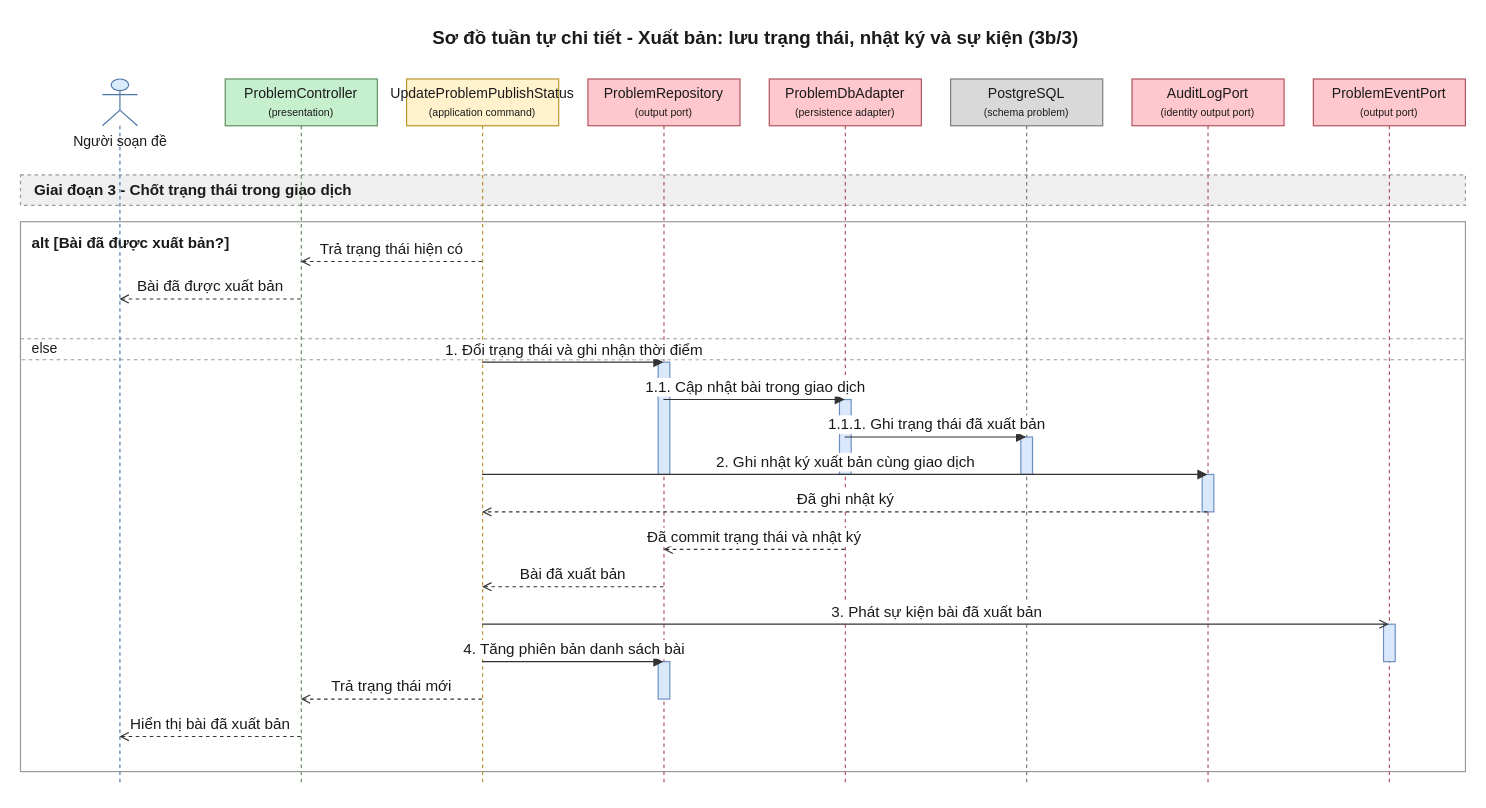
Before: 08-diagram/sequence/shared/sequence_shared_soan_de_va_dac_ta_ham_p3b.drawio in daiphu1801/PRJ_ALGOPREP, a draw.io diagram. Source tidied: cells renumbered, new cells numbered last; positions are measured from the earlier drawing's top-left corner, leaving out a move shared by most shapes. Both pictures are drawn from the tidied source at 117%, with x=0, y=0 at pixel (20, 20).
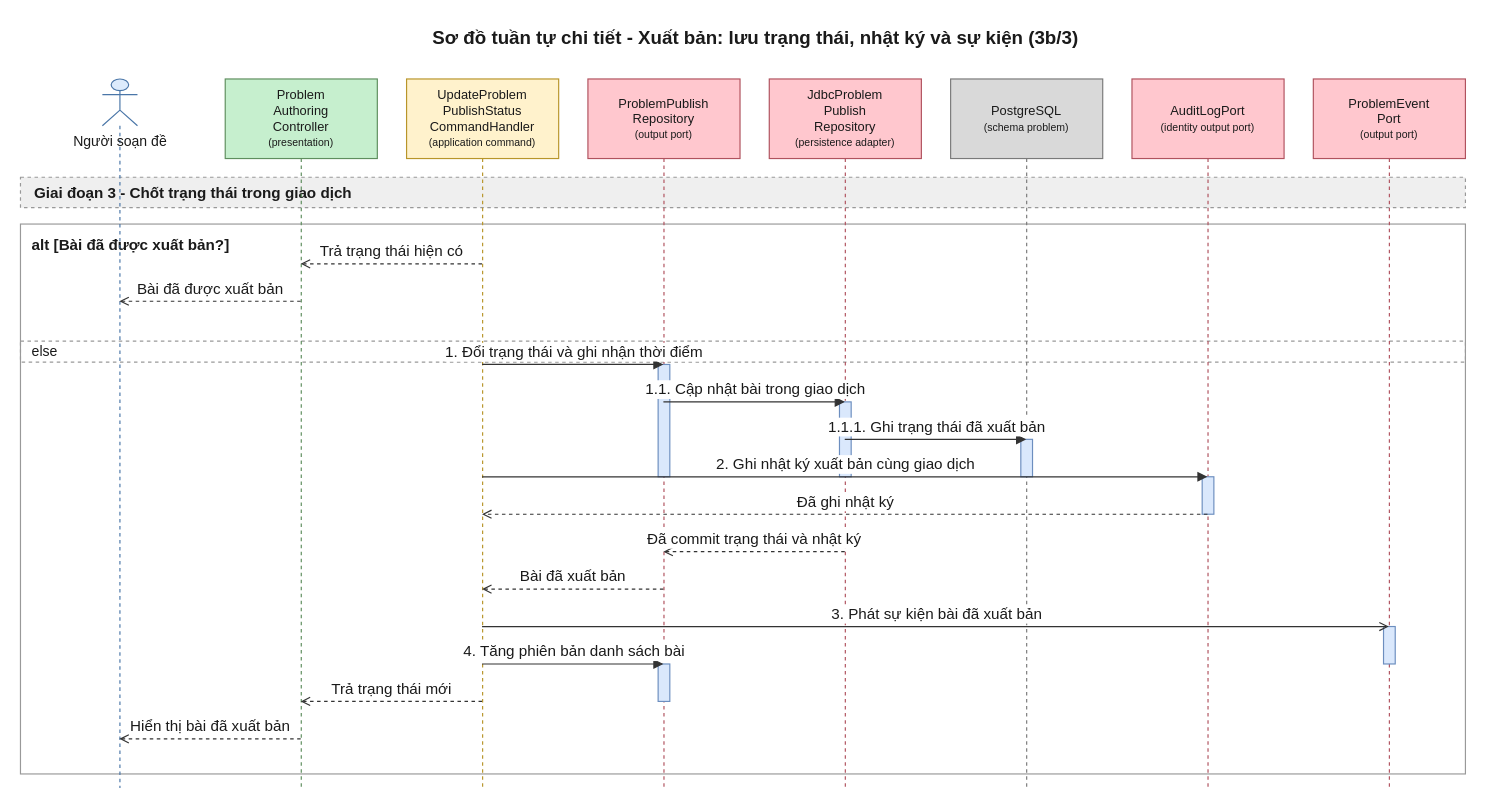
The same diagram, later.

Change to the diagram source:
```diff
@@
     <mxCell id="3" value="alt [Bài đã được xuất bản?]" style="algoprep=alt;rounded=0;whiteSpace=wrap;html=1;fillColor=none;strokeColor=#999999;verticalAlign=top;align=left;spacingLeft=8;spacingTop=4;fontColor=#1A1A1A;fontSize=13;fontStyle=1;dashed=0;" parent="1" vertex="1">
-      <mxGeometry y="172" width="1235" height="470" as="geometry" />
+      <mxGeometry y="174" width="1235" height="470" as="geometry" />
     </mxCell>
     <mxCell id="4" value="else" style="text;html=1;dashed=1;strokeColor=#999999;fillColor=none;align=left;verticalAlign=middle;spacingLeft=8;fontColor=#1A1A1A;fontSize=12;" parent="1" vertex="1">
-      <mxGeometry y="272" width="1235" height="18" as="geometry" />
+      <mxGeometry y="274" width="1235" height="18" as="geometry" />
     </mxCell>
     <mxCell id="5" value="Giai đoạn 3 - Chốt trạng thái trong giao dịch" style="algoprep=phase;rounded=0;whiteSpace=wrap;html=1;fillColor=#EFEFEF;strokeColor=#999999;dashed=1;align=left;verticalAlign=middle;spacingLeft=10;fontColor=#1A1A1A;fontSize=13;fontStyle=1;" parent="1" vertex="1">
-      <mxGeometry y="132" width="1235" height="26" as="geometry" />
+      <mxGeometry y="134" width="1235" height="26" as="geometry" />
     </mxCell>
     <mxCell id="6" value="Người soạn đề" style="shape=umlLifeline;participant=umlActor;perimeter=lifelinePerimeter;html=1;outlineConnect=0;size=40;verticalAlign=top;spacingTop=40;fillColor=#DCEBFC;strokeColor=#4A76A8;fontColor=#1A1A1A;" parent="1" vertex="1">
-      <mxGeometry x="70" y="50" width="30" height="604" as="geometry" />
+      <mxGeometry x="70" y="50" width="30" height="606" as="geometry" />
     </mxCell>
-    <mxCell id="7" value="ProblemController&lt;br&gt;&lt;font style=&quot;font-size:9px&quot;&gt;(presentation)&lt;/font&gt;" style="shape=umlLifeline;perimeter=lifelinePerimeter;whiteSpace=wrap;html=1;outlineConnect=0;size=40;fillColor=#C6EFCE;strokeColor=#5E8E5E;fontColor=#1A1A1A;" parent="1" vertex="1">
-      <mxGeometry x="175" y="50" width="130" height="604" as="geometry" />
+    <mxCell id="7" value="Problem&lt;br&gt;Authoring&lt;br&gt;Controller&lt;br&gt;&lt;font style=&quot;font-size:9px&quot;&gt;(presentation)&lt;/font&gt;" style="shape=umlLifeline;perimeter=lifelinePerimeter;whiteSpace=wrap;html=1;outlineConnect=0;size=68;fontSize=11;fillColor=#C6EFCE;strokeColor=#5E8E5E;fontColor=#1A1A1A;" parent="1" vertex="1">
+      <mxGeometry x="175" y="50" width="130" height="606" as="geometry" />
     </mxCell>
-    <mxCell id="8" value="UpdateProblemPublishStatus&lt;br&gt;&lt;font style=&quot;font-size:9px&quot;&gt;(application command)&lt;/font&gt;" style="shape=umlLifeline;perimeter=lifelinePerimeter;whiteSpace=wrap;html=1;outlineConnect=0;size=40;fillColor=#FFF2CC;strokeColor=#B8952A;fontColor=#1A1A1A;" parent="1" vertex="1">
-      <mxGeometry x="330" y="50" width="130" height="604" as="geometry" />
+    <mxCell id="8" value="UpdateProblem&lt;br&gt;PublishStatus&lt;br&gt;CommandHandler&lt;br&gt;&lt;font style=&quot;font-size:9px&quot;&gt;(application command)&lt;/font&gt;" style="shape=umlLifeline;perimeter=lifelinePerimeter;whiteSpace=wrap;html=1;outlineConnect=0;size=68;fontSize=11;fillColor=#FFF2CC;strokeColor=#B8952A;fontColor=#1A1A1A;" parent="1" vertex="1">
+      <mxGeometry x="330" y="50" width="130" height="606" as="geometry" />
     </mxCell>
-    <mxCell id="9" value="ProblemRepository&lt;br&gt;&lt;font style=&quot;font-size:9px&quot;&gt;(output port)&lt;/font&gt;" style="shape=umlLifeline;perimeter=lifelinePerimeter;whiteSpace=wrap;html=1;outlineConnect=0;size=40;fillColor=#FFC7CE;strokeColor=#B0525E;fontColor=#1A1A1A;" parent="1" vertex="1">
-      <mxGeometry x="485" y="50" width="130" height="604" as="geometry" />
+    <mxCell id="9" value="ProblemPublish&lt;br&gt;Repository&lt;br&gt;&lt;font style=&quot;font-size:9px&quot;&gt;(output port)&lt;/font&gt;" style="shape=umlLifeline;perimeter=lifelinePerimeter;whiteSpace=wrap;html=1;outlineConnect=0;size=68;fontSize=11;fillColor=#FFC7CE;strokeColor=#B0525E;fontColor=#1A1A1A;" parent="1" vertex="1">
+      <mxGeometry x="485" y="50" width="130" height="606" as="geometry" />
     </mxCell>
-    <mxCell id="10" value="ProblemDbAdapter&lt;br&gt;&lt;font style=&quot;font-size:9px&quot;&gt;(persistence adapter)&lt;/font&gt;" style="shape=umlLifeline;perimeter=lifelinePerimeter;whiteSpace=wrap;html=1;outlineConnect=0;size=40;fillColor=#FFC7CE;strokeColor=#B0525E;fontColor=#1A1A1A;" parent="1" vertex="1">
-      <mxGeometry x="640" y="50" width="130" height="604" as="geometry" />
+    <mxCell id="10" value="JdbcProblem&lt;br&gt;Publish&lt;br&gt;Repository&lt;br&gt;&lt;font style=&quot;font-size:9px&quot;&gt;(persistence adapter)&lt;/font&gt;" style="shape=umlLifeline;perimeter=lifelinePerimeter;whiteSpace=wrap;html=1;outlineConnect=0;size=68;fontSize=11;fillColor=#FFC7CE;strokeColor=#B0525E;fontColor=#1A1A1A;" parent="1" vertex="1">
+      <mxGeometry x="640" y="50" width="130" height="606" as="geometry" />
     </mxCell>
-    <mxCell id="11" value="PostgreSQL&lt;br&gt;&lt;font style=&quot;font-size:9px&quot;&gt;(schema problem)&lt;/font&gt;" style="shape=umlLifeline;perimeter=lifelinePerimeter;whiteSpace=wrap;html=1;outlineConnect=0;size=40;fillColor=#D9D9D9;strokeColor=#7A7A7A;fontColor=#1A1A1A;" parent="1" vertex="1">
-      <mxGeometry x="795" y="50" width="130" height="604" as="geometry" />
+    <mxCell id="11" value="PostgreSQL&lt;br&gt;&lt;font style=&quot;font-size:9px&quot;&gt;(schema problem)&lt;/font&gt;" style="shape=umlLifeline;perimeter=lifelinePerimeter;whiteSpace=wrap;html=1;outlineConnect=0;size=68;fontSize=11;fillColor=#D9D9D9;strokeColor=#7A7A7A;fontColor=#1A1A1A;" parent="1" vertex="1">
+      <mxGeometry x="795" y="50" width="130" height="606" as="geometry" />
     </mxCell>
-    <mxCell id="12" value="AuditLogPort&lt;br&gt;&lt;font style=&quot;font-size:9px&quot;&gt;(identity output port)&lt;/font&gt;" style="shape=umlLifeline;perimeter=lifelinePerimeter;whiteSpace=wrap;html=1;outlineConnect=0;size=40;fillColor=#FFC7CE;strokeColor=#B0525E;fontColor=#1A1A1A;" parent="1" vertex="1">
-      <mxGeometry x="950" y="50" width="130" height="604" as="geometry" />
+    <mxCell id="12" value="AuditLogPort&lt;br&gt;&lt;font style=&quot;font-size:9px&quot;&gt;(identity output port)&lt;/font&gt;" style="shape=umlLifeline;perimeter=lifelinePerimeter;whiteSpace=wrap;html=1;outlineConnect=0;size=68;fontSize=11;fillColor=#FFC7CE;strokeColor=#B0525E;fontColor=#1A1A1A;" parent="1" vertex="1">
+      <mxGeometry x="950" y="50" width="130" height="606" as="geometry" />
     </mxCell>
-    <mxCell id="13" value="ProblemEventPort&lt;br&gt;&lt;font style=&quot;font-size:9px&quot;&gt;(output port)&lt;/font&gt;" style="shape=umlLifeline;perimeter=lifelinePerimeter;whiteSpace=wrap;html=1;outlineConnect=0;size=40;fillColor=#FFC7CE;strokeColor=#B0525E;fontColor=#1A1A1A;" parent="1" vertex="1">
-      <mxGeometry x="1105" y="50" width="130" height="604" as="geometry" />
+    <mxCell id="13" value="ProblemEvent&lt;br&gt;Port&lt;br&gt;&lt;font style=&quot;font-size:9px&quot;&gt;(output port)&lt;/font&gt;" style="shape=umlLifeline;perimeter=lifelinePerimeter;whiteSpace=wrap;html=1;outlineConnect=0;size=68;fontSize=11;fillColor=#FFC7CE;strokeColor=#B0525E;fontColor=#1A1A1A;" parent="1" vertex="1">
+      <mxGeometry x="1105" y="50" width="130" height="606" as="geometry" />
     </mxCell>
     <mxCell id="14" style="html=1;perimeter=orthogonalPerimeter;targetShapes=umlLifeline;fillColor=#DAE8FC;strokeColor=#6C8EBF;" parent="11" vertex="1">
-      <mxGeometry x="60" y="306" width="10" height="32" as="geometry" />
+      <mxGeometry x="60" y="308" width="10" height="32" as="geometry" />
     </mxCell>
     <mxCell id="15" style="html=1;perimeter=orthogonalPerimeter;targetShapes=umlLifeline;fillColor=#DAE8FC;strokeColor=#6C8EBF;" parent="10" vertex="1">
-      <mxGeometry x="60" y="274" width="10" height="64" as="geometry" />
+      <mxGeometry x="60" y="276" width="10" height="64" as="geometry" />
     </mxCell>
     <mxCell id="16" style="html=1;perimeter=orthogonalPerimeter;targetShapes=umlLifeline;fillColor=#DAE8FC;strokeColor=#6C8EBF;" parent="9" vertex="1">
-      <mxGeometry x="60" y="242" width="10" height="96" as="geometry" />
+      <mxGeometry x="60" y="244" width="10" height="96" as="geometry" />
     </mxCell>
     <mxCell id="17" style="html=1;perimeter=orthogonalPerimeter;targetShapes=umlLifeline;fillColor=#DAE8FC;strokeColor=#6C8EBF;" parent="12" vertex="1">
-      <mxGeometry x="60" y="338" width="10" height="32" as="geometry" />
+      <mxGeometry x="60" y="340" width="10" height="32" as="geometry" />
     </mxCell>
     <mxCell id="18" style="html=1;perimeter=orthogonalPerimeter;targetShapes=umlLifeline;fillColor=#DAE8FC;strokeColor=#6C8EBF;" parent="13" vertex="1">
-      <mxGeometry x="60" y="466" width="10" height="32" as="geometry" />
+      <mxGeometry x="60" y="468" width="10" height="32" as="geometry" />
     </mxCell>
     <mxCell id="19" style="html=1;perimeter=orthogonalPerimeter;targetShapes=umlLifeline;fillColor=#DAE8FC;strokeColor=#6C8EBF;" parent="9" vertex="1">
-      <mxGeometry x="60" y="498" width="10" height="32" as="geometry" />
+      <mxGeometry x="60" y="500" width="10" height="32" as="geometry" />
     </mxCell>
-    <mxCell id="20" value="Trả trạng thái hiện có" style="edgeStyle=none;html=1;endArrow=open;endFill=0;dashed=1;strokeColor=#333333;fontColor=#1A1A1A;fontSize=13;verticalAlign=bottom;exitX=0.5;exitY=0.2583;exitDx=0;exitDy=0;entryX=0.5;entryY=0.2583;entryDx=0;entryDy=0;" parent="1" edge="1" source="8" target="7">
+    <mxCell id="20" value="Trả trạng thái hiện có" style="edgeStyle=none;html=1;endArrow=open;endFill=0;dashed=1;strokeColor=#333333;fontColor=#1A1A1A;fontSize=13;verticalAlign=bottom;exitX=0.5;exitY=0.2607;exitDx=0;exitDy=0;entryX=0.5;entryY=0.2607;entryDx=0;entryDy=0;" parent="1" edge="1" source="8" target="7">
       <mxGeometry relative="1" as="geometry" />
     </mxCell>
-    <mxCell id="21" value="Bài đã được xuất bản" style="edgeStyle=none;html=1;endArrow=open;endFill=0;dashed=1;strokeColor=#333333;fontColor=#1A1A1A;fontSize=13;verticalAlign=bottom;exitX=0.5;exitY=0.3113;exitDx=0;exitDy=0;entryX=0.5;entryY=0.3113;entryDx=0;entryDy=0;" parent="1" edge="1" source="7" target="6">
+    <mxCell id="21" value="Bài đã được xuất bản" style="edgeStyle=none;html=1;endArrow=open;endFill=0;dashed=1;strokeColor=#333333;fontColor=#1A1A1A;fontSize=13;verticalAlign=bottom;exitX=0.5;exitY=0.3135;exitDx=0;exitDy=0;entryX=0.5;entryY=0.3135;entryDx=0;entryDy=0;" parent="1" edge="1" source="7" target="6">
       <mxGeometry relative="1" as="geometry" />
     </mxCell>
-    <mxCell id="22" value="1. Đổi trạng thái và ghi nhận thời điểm" style="edgeStyle=none;html=1;endArrow=block;endFill=1;strokeColor=#333333;fontColor=#1A1A1A;fontSize=13;verticalAlign=bottom;exitX=0.5;exitY=0.4007;exitDx=0;exitDy=0;entryX=0.5;entryY=0.4007;entryDx=0;entryDy=0;" parent="1" edge="1" source="8" target="9">
+    <mxCell id="22" value="1. Đổi trạng thái và ghi nhận thời điểm" style="edgeStyle=none;html=1;endArrow=block;endFill=1;strokeColor=#333333;fontColor=#1A1A1A;fontSize=13;verticalAlign=bottom;exitX=0.5;exitY=0.4026;exitDx=0;exitDy=0;entryX=0.5;entryY=0.4026;entryDx=0;entryDy=0;" parent="1" edge="1" source="8" target="9">
       <mxGeometry relative="1" as="geometry" />
     </mxCell>
-    <mxCell id="23" value="1.1. Cập nhật bài trong giao dịch" style="edgeStyle=none;html=1;endArrow=block;endFill=1;strokeColor=#333333;fontColor=#1A1A1A;fontSize=13;verticalAlign=bottom;exitX=0.5;exitY=0.4536;exitDx=0;exitDy=0;entryX=0.5;entryY=0.4536;entryDx=0;entryDy=0;" parent="1" edge="1" source="9" target="10">
+    <mxCell id="23" value="1.1. Cập nhật bài trong giao dịch" style="edgeStyle=none;html=1;endArrow=block;endFill=1;strokeColor=#333333;fontColor=#1A1A1A;fontSize=13;verticalAlign=bottom;exitX=0.5;exitY=0.4554;exitDx=0;exitDy=0;entryX=0.5;entryY=0.4554;entryDx=0;entryDy=0;" parent="1" edge="1" source="9" target="10">
       <mxGeometry relative="1" as="geometry" />
     </mxCell>
-    <mxCell id="24" value="1.1.1. Ghi trạng thái đã xuất bản" style="edgeStyle=none;html=1;endArrow=block;endFill=1;strokeColor=#333333;fontColor=#1A1A1A;fontSize=13;verticalAlign=bottom;exitX=0.5;exitY=0.5066;exitDx=0;exitDy=0;entryX=0.5;entryY=0.5066;entryDx=0;entryDy=0;" parent="1" edge="1" source="10" target="11">
+    <mxCell id="24" value="1.1.1. Ghi trạng thái đã xuất bản" style="edgeStyle=none;html=1;endArrow=block;endFill=1;strokeColor=#333333;fontColor=#1A1A1A;fontSize=13;verticalAlign=bottom;exitX=0.5;exitY=0.5083;exitDx=0;exitDy=0;entryX=0.5;entryY=0.5083;entryDx=0;entryDy=0;" parent="1" edge="1" source="10" target="11">
       <mxGeometry relative="1" as="geometry" />
     </mxCell>
-    <mxCell id="25" value="2. Ghi nhật ký xuất bản cùng giao dịch" style="edgeStyle=none;html=1;endArrow=block;endFill=1;strokeColor=#333333;fontColor=#1A1A1A;fontSize=13;verticalAlign=bottom;exitX=0.5;exitY=0.5596;exitDx=0;exitDy=0;entryX=0.5;entryY=0.5596;entryDx=0;entryDy=0;" parent="1" edge="1" source="8" target="12">
+    <mxCell id="25" value="2. Ghi nhật ký xuất bản cùng giao dịch" style="edgeStyle=none;html=1;endArrow=block;endFill=1;strokeColor=#333333;fontColor=#1A1A1A;fontSize=13;verticalAlign=bottom;exitX=0.5;exitY=0.5611;exitDx=0;exitDy=0;entryX=0.5;entryY=0.5611;entryDx=0;entryDy=0;" parent="1" edge="1" source="8" target="12">
       <mxGeometry relative="1" as="geometry" />
     </mxCell>
-    <mxCell id="26" value="Đã ghi nhật ký" style="edgeStyle=none;html=1;endArrow=open;endFill=0;dashed=1;strokeColor=#333333;fontColor=#1A1A1A;fontSize=13;verticalAlign=bottom;exitX=0.5;exitY=0.6126;exitDx=0;exitDy=0;entryX=0.5;entryY=0.6126;entryDx=0;entryDy=0;" parent="1" edge="1" source="12" target="8">
+    <mxCell id="26" value="Đã ghi nhật ký" style="edgeStyle=none;html=1;endArrow=open;endFill=0;dashed=1;strokeColor=#333333;fontColor=#1A1A1A;fontSize=13;verticalAlign=bottom;exitX=0.5;exitY=0.6139;exitDx=0;exitDy=0;entryX=0.5;entryY=0.6139;entryDx=0;entryDy=0;" parent="1" edge="1" source="12" target="8">
       <mxGeometry relative="1" as="geometry" />
     </mxCell>
-    <mxCell id="27" value="Đã commit trạng thái và nhật ký" style="edgeStyle=none;html=1;endArrow=open;endFill=0;dashed=1;strokeColor=#333333;fontColor=#1A1A1A;fontSize=13;verticalAlign=bottom;exitX=0.5;exitY=0.6656;exitDx=0;exitDy=0;entryX=0.5;entryY=0.6656;entryDx=0;entryDy=0;" parent="1" edge="1" source="10" target="9">
+    <mxCell id="27" value="Đã commit trạng thái và nhật ký" style="edgeStyle=none;html=1;endArrow=open;endFill=0;dashed=1;strokeColor=#333333;fontColor=#1A1A1A;fontSize=13;verticalAlign=bottom;exitX=0.5;exitY=0.6667;exitDx=0;exitDy=0;entryX=0.5;entryY=0.6667;entryDx=0;entryDy=0;" parent="1" edge="1" source="10" target="9">
       <mxGeometry relative="1" as="geometry" />
     </mxCell>
-    <mxCell id="28" value="Bài đã xuất bản" style="edgeStyle=none;html=1;endArrow=open;endFill=0;dashed=1;strokeColor=#333333;fontColor=#1A1A1A;fontSize=13;verticalAlign=bottom;exitX=0.5;exitY=0.7185;exitDx=0;exitDy=0;entryX=0.5;entryY=0.7185;entryDx=0;entryDy=0;" parent="1" edge="1" source="9" target="8">
+    <mxCell id="28" value="Bài đã xuất bản" style="edgeStyle=none;html=1;endArrow=open;endFill=0;dashed=1;strokeColor=#333333;fontColor=#1A1A1A;fontSize=13;verticalAlign=bottom;exitX=0.5;exitY=0.7195;exitDx=0;exitDy=0;entryX=0.5;entryY=0.7195;entryDx=0;entryDy=0;" parent="1" edge="1" source="9" target="8">
       <mxGeometry relative="1" as="geometry" />
     </mxCell>
-    <mxCell id="29" value="3. Phát sự kiện bài đã xuất bản" style="edgeStyle=none;html=1;endArrow=open;endFill=0;strokeColor=#333333;fontColor=#1A1A1A;fontSize=13;verticalAlign=bottom;exitX=0.5;exitY=0.7715;exitDx=0;exitDy=0;entryX=0.5;entryY=0.7715;entryDx=0;entryDy=0;" parent="1" edge="1" source="8" target="13">
+    <mxCell id="29" value="3. Phát sự kiện bài đã xuất bản" style="edgeStyle=none;html=1;endArrow=open;endFill=0;strokeColor=#333333;fontColor=#1A1A1A;fontSize=13;verticalAlign=bottom;exitX=0.5;exitY=0.7723;exitDx=0;exitDy=0;entryX=0.5;entryY=0.7723;entryDx=0;entryDy=0;" parent="1" edge="1" source="8" target="13">
       <mxGeometry relative="1" as="geometry" />
     </mxCell>
-    <mxCell id="30" value="4. Tăng phiên bản danh sách bài" style="edgeStyle=none;html=1;endArrow=block;endFill=1;strokeColor=#333333;fontColor=#1A1A1A;fontSize=13;verticalAlign=bottom;exitX=0.5;exitY=0.8245;exitDx=0;exitDy=0;entryX=0.5;entryY=0.8245;entryDx=0;entryDy=0;" parent="1" edge="1" source="8" target="9">
+    <mxCell id="30" value="4. Tăng phiên bản danh sách bài" style="edgeStyle=none;html=1;endArrow=block;endFill=1;strokeColor=#333333;fontColor=#1A1A1A;fontSize=13;verticalAlign=bottom;exitX=0.5;exitY=0.8251;exitDx=0;exitDy=0;entryX=0.5;entryY=0.8251;entryDx=0;entryDy=0;" parent="1" edge="1" source="8" target="9">
       <mxGeometry relative="1" as="geometry" />
     </mxCell>
-    <mxCell id="31" value="Trả trạng thái mới" style="edgeStyle=none;html=1;endArrow=open;endFill=0;dashed=1;strokeColor=#333333;fontColor=#1A1A1A;fontSize=13;verticalAlign=bottom;exitX=0.5;exitY=0.8775;exitDx=0;exitDy=0;entryX=0.5;entryY=0.8775;entryDx=0;entryDy=0;" parent="1" edge="1" source="8" target="7">
+    <mxCell id="31" value="Trả trạng thái mới" style="edgeStyle=none;html=1;endArrow=open;endFill=0;dashed=1;strokeColor=#333333;fontColor=#1A1A1A;fontSize=13;verticalAlign=bottom;exitX=0.5;exitY=0.8779;exitDx=0;exitDy=0;entryX=0.5;entryY=0.8779;entryDx=0;entryDy=0;" parent="1" edge="1" source="8" target="7">
       <mxGeometry relative="1" as="geometry" />
     </mxCell>
-    <mxCell id="32" value="Hiển thị bài đã xuất bản" style="edgeStyle=none;html=1;endArrow=open;endFill=0;dashed=1;strokeColor=#333333;fontColor=#1A1A1A;fontSize=13;verticalAlign=bottom;exitX=0.5;exitY=0.9305;exitDx=0;exitDy=0;entryX=0.5;entryY=0.9305;entryDx=0;entryDy=0;" parent="1" edge="1" source="7" target="6">
+    <mxCell id="32" value="Hiển thị bài đã xuất bản" style="edgeStyle=none;html=1;endArrow=open;endFill=0;dashed=1;strokeColor=#333333;fontColor=#1A1A1A;fontSize=13;verticalAlign=bottom;exitX=0.5;exitY=0.9307;exitDx=0;exitDy=0;entryX=0.5;entryY=0.9307;entryDx=0;entryDy=0;" parent="1" edge="1" source="7" target="6">
       <mxGeometry relative="1" as="geometry" />
     </mxCell>
```
